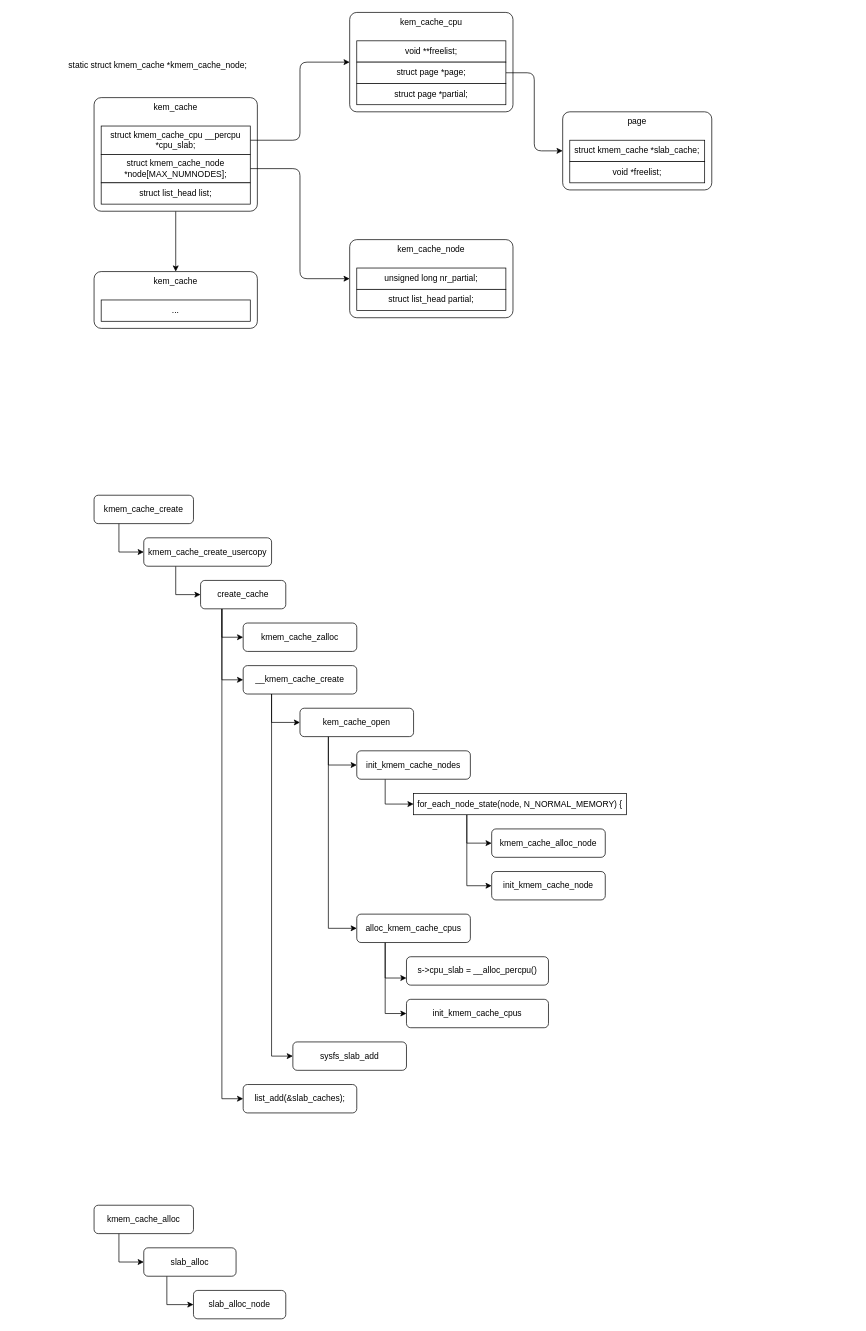
Aspiresky/draw.io keeps this draw.io diagram as page "slub" (2 of 3) of linux-memory-manage.drawio. Above is the earlier version. Source tidied: cells renumbered, new cells numbered last; positions are measured from the earlier drawing's top-left corner, leaving out a move shared by most shapes. Both pictures are drawn from the tidied source at 71%, with x=0, y=0 at pixel (58, 12).
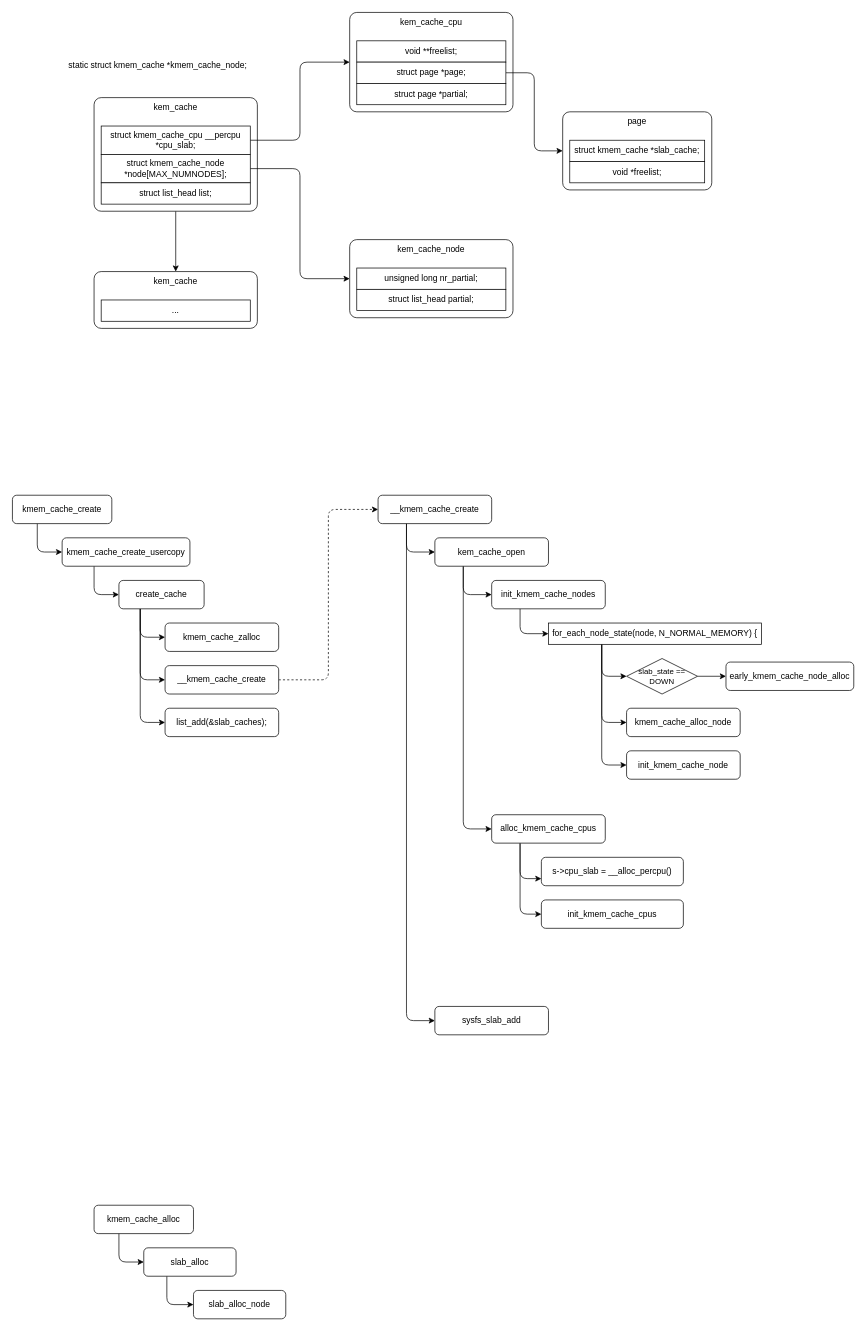
The same diagram, later.

Unchanged cells that the change refers to:
```xml
<mxCell id="53" value="kmem_cache_alloc" style="rounded=1;whiteSpace=wrap;html=1;" parent="1" vertex="1">
  <mxGeometry x="50" y="1680" width="140" height="40" as="geometry" />
</mxCell>
<mxCell id="55" value="slab_alloc" style="rounded=1;whiteSpace=wrap;html=1;" parent="1" vertex="1">
  <mxGeometry x="120" y="1740" width="130" height="40" as="geometry" />
</mxCell>
<mxCell id="56" value="slab_alloc_node" style="rounded=1;whiteSpace=wrap;html=1;" parent="1" vertex="1">
  <mxGeometry x="190" y="1800" width="130" height="40" as="geometry" />
</mxCell>
```

What changed in the source:
```diff
@@
-    <mxCell id="23" style="edgeStyle=orthogonalEdgeStyle;rounded=0;jettySize=auto;html=1;exitX=0.25;exitY=1;exitDx=0;exitDy=0;entryX=0;entryY=0.5;entryDx=0;entryDy=0;" parent="1" edge="1" source="24" target="26">
+    <mxCell id="23" style="edgeStyle=orthogonalEdgeStyle;rounded=1;jettySize=auto;html=1;exitX=0.25;exitY=1;exitDx=0;exitDy=0;entryX=0;entryY=0.5;entryDx=0;entryDy=0;curved=0;" parent="1" edge="1" source="24" target="26">
       <mxGeometry relative="1" as="geometry" />
     </mxCell>
     <mxCell id="24" value="kmem_cache_create" style="rounded=1;whiteSpace=wrap;html=1;" parent="1" vertex="1">
-      <mxGeometry x="50" y="680" width="140" height="40" as="geometry" />
+      <mxGeometry x="-65" y="680" width="140" height="40" as="geometry" />
     </mxCell>
-    <mxCell id="25" style="edgeStyle=orthogonalEdgeStyle;rounded=0;jettySize=auto;html=1;exitX=0.25;exitY=1;exitDx=0;exitDy=0;entryX=0;entryY=0.5;entryDx=0;entryDy=0;" parent="1" edge="1" source="26" target="30">
+    <mxCell id="25" style="edgeStyle=orthogonalEdgeStyle;rounded=1;jettySize=auto;html=1;exitX=0.25;exitY=1;exitDx=0;exitDy=0;entryX=0;entryY=0.5;entryDx=0;entryDy=0;" parent="1" edge="1" source="26" target="30">
       <mxGeometry relative="1" as="geometry" />
     </mxCell>
     <mxCell id="26" value="kmem_cache_create_usercopy" style="rounded=1;whiteSpace=wrap;html=1;" parent="1" vertex="1">
-      <mxGeometry x="120" y="740" width="180" height="40" as="geometry" />
+      <mxGeometry x="5" y="740" width="180" height="40" as="geometry" />
     </mxCell>
-    <mxCell id="27" style="edgeStyle=orthogonalEdgeStyle;rounded=0;jettySize=auto;html=1;exitX=0.25;exitY=1;exitDx=0;exitDy=0;entryX=0;entryY=0.5;entryDx=0;entryDy=0;" parent="1" edge="1" source="30" target="31">
+    <mxCell id="27" style="edgeStyle=orthogonalEdgeStyle;rounded=1;jettySize=auto;html=1;exitX=0.25;exitY=1;exitDx=0;exitDy=0;entryX=0;entryY=0.5;entryDx=0;entryDy=0;" parent="1" edge="1" source="30" target="31">
       <mxGeometry relative="1" as="geometry" />
     </mxCell>
-    <mxCell id="28" style="edgeStyle=orthogonalEdgeStyle;rounded=0;jettySize=auto;html=1;exitX=0.25;exitY=1;exitDx=0;exitDy=0;entryX=0;entryY=0.5;entryDx=0;entryDy=0;" parent="1" edge="1" source="30" target="34">
-      <mxGeometry relative="1" as="geometry" />
-    </mxCell>
-    <mxCell id="29" style="edgeStyle=orthogonalEdgeStyle;rounded=0;jettySize=auto;html=1;exitX=0.25;exitY=1;exitDx=0;exitDy=0;entryX=0;entryY=0.5;entryDx=0;entryDy=0;" parent="1" edge="1" source="30" target="35">
+    <mxCell id="29" style="edgeStyle=orthogonalEdgeStyle;rounded=1;jettySize=auto;html=1;exitX=0.25;exitY=1;exitDx=0;exitDy=0;entryX=0;entryY=0.5;entryDx=0;entryDy=0;" parent="1" edge="1" source="30" target="35">
       <mxGeometry relative="1" as="geometry" />
     </mxCell>
+    <mxCell id="57" style="edgeStyle=orthogonalEdgeStyle;shape=connector;rounded=1;jettySize=auto;html=1;exitX=0.25;exitY=1;exitDx=0;exitDy=0;entryX=0;entryY=0.5;entryDx=0;entryDy=0;labelBackgroundColor=default;strokeColor=default;align=center;verticalAlign=middle;fontFamily=Helvetica;fontSize=11;fontColor=default;endArrow=classic;" parent="1" edge="1" source="30" target="60">
+      <mxGeometry relative="1" as="geometry" />
+    </mxCell>
     <mxCell id="30" value="create_cache" style="rounded=1;whiteSpace=wrap;html=1;" parent="1" vertex="1">
-      <mxGeometry x="200" y="800" width="120" height="40" as="geometry" />
+      <mxGeometry x="85" y="800" width="120" height="40" as="geometry" />
     </mxCell>
     <mxCell id="31" value="kmem_cache_zalloc" style="rounded=1;whiteSpace=wrap;html=1;" parent="1" vertex="1">
-      <mxGeometry x="260" y="860" width="160" height="40" as="geometry" />
+      <mxGeometry x="150" y="860" width="160" height="40" as="geometry" />
     </mxCell>
-    <mxCell id="32" style="edgeStyle=orthogonalEdgeStyle;rounded=0;jettySize=auto;html=1;exitX=0.25;exitY=1;exitDx=0;exitDy=0;entryX=0;entryY=0.5;entryDx=0;entryDy=0;" parent="1" edge="1" source="34" target="38">
+    <mxCell id="32" style="edgeStyle=orthogonalEdgeStyle;rounded=1;jettySize=auto;html=1;exitX=0.25;exitY=1;exitDx=0;exitDy=0;entryX=0;entryY=0.5;entryDx=0;entryDy=0;" parent="1" edge="1" source="34" target="38">
       <mxGeometry relative="1" as="geometry" />
     </mxCell>
-    <mxCell id="33" style="edgeStyle=orthogonalEdgeStyle;rounded=0;jettySize=auto;html=1;exitX=0.25;exitY=1;exitDx=0;exitDy=0;entryX=0;entryY=0.5;entryDx=0;entryDy=0;" parent="1" edge="1" source="34" target="39">
+    <mxCell id="33" style="edgeStyle=orthogonalEdgeStyle;rounded=1;jettySize=auto;html=1;exitX=0.25;exitY=1;exitDx=0;exitDy=0;entryX=0;entryY=0.5;entryDx=0;entryDy=0;" parent="1" edge="1" source="34" target="39">
       <mxGeometry relative="1" as="geometry" />
     </mxCell>
     <mxCell id="34" value="__kmem_cache_create" style="rounded=1;whiteSpace=wrap;html=1;" parent="1" vertex="1">
-      <mxGeometry x="260" y="920" width="160" height="40" as="geometry" />
+      <mxGeometry x="450" y="680" width="160" height="40" as="geometry" />
     </mxCell>
     <mxCell id="35" value="list_add(&amp;amp;slab_caches);" style="rounded=1;whiteSpace=wrap;html=1;" parent="1" vertex="1">
-      <mxGeometry x="260" y="1510" width="160" height="40" as="geometry" />
+      <mxGeometry x="150" y="980" width="160" height="40" as="geometry" />
     </mxCell>
-    <mxCell id="36" style="edgeStyle=orthogonalEdgeStyle;rounded=0;jettySize=auto;html=1;exitX=0.25;exitY=1;exitDx=0;exitDy=0;entryX=0;entryY=0.5;entryDx=0;entryDy=0;" parent="1" edge="1" source="38" target="41">
+    <mxCell id="36" style="edgeStyle=orthogonalEdgeStyle;rounded=1;jettySize=auto;html=1;exitX=0.25;exitY=1;exitDx=0;exitDy=0;entryX=0;entryY=0.5;entryDx=0;entryDy=0;" parent="1" edge="1" source="38" target="41">
       <mxGeometry relative="1" as="geometry" />
     </mxCell>
-    <mxCell id="37" style="edgeStyle=orthogonalEdgeStyle;rounded=0;jettySize=auto;html=1;exitX=0.25;exitY=1;exitDx=0;exitDy=0;entryX=0;entryY=0.5;entryDx=0;entryDy=0;" parent="1" edge="1" source="38" target="44">
+    <mxCell id="37" style="edgeStyle=orthogonalEdgeStyle;rounded=1;jettySize=auto;html=1;exitX=0.25;exitY=1;exitDx=0;exitDy=0;entryX=0;entryY=0.5;entryDx=0;entryDy=0;" parent="1" edge="1" source="38" target="44">
       <mxGeometry relative="1" as="geometry" />
     </mxCell>
     <mxCell id="38" value="kem_cache_open" style="rounded=1;whiteSpace=wrap;html=1;" parent="1" vertex="1">
-      <mxGeometry x="340" y="980" width="160" height="40" as="geometry" />
+      <mxGeometry x="530" y="740" width="160" height="40" as="geometry" />
     </mxCell>
     <mxCell id="39" value="sysfs_slab_add" style="rounded=1;whiteSpace=wrap;html=1;" parent="1" vertex="1">
-      <mxGeometry x="330" y="1450" width="160" height="40" as="geometry" />
+      <mxGeometry x="530" y="1400" width="160" height="40" as="geometry" />
     </mxCell>
-    <mxCell id="40" style="edgeStyle=orthogonalEdgeStyle;rounded=0;jettySize=auto;html=1;exitX=0.25;exitY=1;exitDx=0;exitDy=0;entryX=0;entryY=0.5;entryDx=0;entryDy=0;" parent="1" edge="1" source="41" target="47">
+    <mxCell id="40" style="edgeStyle=orthogonalEdgeStyle;rounded=1;jettySize=auto;html=1;exitX=0.25;exitY=1;exitDx=0;exitDy=0;entryX=0;entryY=0.5;entryDx=0;entryDy=0;" parent="1" edge="1" source="41" target="47">
       <mxGeometry relative="1" as="geometry" />
     </mxCell>
     <mxCell id="41" value="init_kmem_cache_nodes" style="rounded=1;whiteSpace=wrap;html=1;" parent="1" vertex="1">
-      <mxGeometry x="420" y="1040" width="160" height="40" as="geometry" />
+      <mxGeometry x="610" y="800" width="160" height="40" as="geometry" />
     </mxCell>
-    <mxCell id="42" style="edgeStyle=orthogonalEdgeStyle;rounded=0;jettySize=auto;html=1;exitX=0.25;exitY=1;exitDx=0;exitDy=0;entryX=0;entryY=0.75;entryDx=0;entryDy=0;" parent="1" edge="1" source="44" target="50">
+    <mxCell id="42" style="edgeStyle=orthogonalEdgeStyle;rounded=1;jettySize=auto;html=1;exitX=0.25;exitY=1;exitDx=0;exitDy=0;entryX=0;entryY=0.75;entryDx=0;entryDy=0;" parent="1" edge="1" source="44" target="50">
       <mxGeometry relative="1" as="geometry" />
     </mxCell>
-    <mxCell id="43" style="edgeStyle=orthogonalEdgeStyle;rounded=0;jettySize=auto;html=1;exitX=0.25;exitY=1;exitDx=0;exitDy=0;entryX=0;entryY=0.5;entryDx=0;entryDy=0;" parent="1" edge="1" source="44" target="51">
+    <mxCell id="43" style="edgeStyle=orthogonalEdgeStyle;rounded=1;jettySize=auto;html=1;exitX=0.25;exitY=1;exitDx=0;exitDy=0;entryX=0;entryY=0.5;entryDx=0;entryDy=0;" parent="1" edge="1" source="44" target="51">
       <mxGeometry relative="1" as="geometry" />
     </mxCell>
     <mxCell id="44" value="alloc_kmem_cache_cpus" style="rounded=1;whiteSpace=wrap;html=1;" parent="1" vertex="1">
-      <mxGeometry x="420" y="1270" width="160" height="40" as="geometry" />
+      <mxGeometry x="610" y="1130" width="160" height="40" as="geometry" />
     </mxCell>
-    <mxCell id="45" style="edgeStyle=orthogonalEdgeStyle;rounded=0;jettySize=auto;html=1;exitX=0.25;exitY=1;exitDx=0;exitDy=0;entryX=0;entryY=0.5;entryDx=0;entryDy=0;" parent="1" edge="1" source="47" target="48">
+    <mxCell id="45" style="edgeStyle=orthogonalEdgeStyle;rounded=1;jettySize=auto;html=1;exitX=0.25;exitY=1;exitDx=0;exitDy=0;entryX=0;entryY=0.5;entryDx=0;entryDy=0;" parent="1" edge="1" source="47" target="48">
       <mxGeometry relative="1" as="geometry" />
     </mxCell>
-    <mxCell id="46" style="edgeStyle=orthogonalEdgeStyle;rounded=0;jettySize=auto;html=1;exitX=0.25;exitY=1;exitDx=0;exitDy=0;entryX=0;entryY=0.5;entryDx=0;entryDy=0;" parent="1" edge="1" source="47" target="49">
+    <mxCell id="46" style="edgeStyle=orthogonalEdgeStyle;rounded=1;jettySize=auto;html=1;exitX=0.25;exitY=1;exitDx=0;exitDy=0;entryX=0;entryY=0.5;entryDx=0;entryDy=0;" parent="1" edge="1" source="47" target="49">
       <mxGeometry relative="1" as="geometry" />
     </mxCell>
+    <mxCell id="58" style="edgeStyle=orthogonalEdgeStyle;shape=connector;rounded=1;jettySize=auto;html=1;exitX=0.25;exitY=1;exitDx=0;exitDy=0;entryX=0;entryY=0.5;entryDx=0;entryDy=0;labelBackgroundColor=default;strokeColor=default;align=center;verticalAlign=middle;fontFamily=Helvetica;fontSize=11;fontColor=default;endArrow=classic;" parent="1" edge="1" source="47" target="62">
+      <mxGeometry relative="1" as="geometry" />
+    </mxCell>
     <mxCell id="47" value="for_each_node_state(node, N_NORMAL_MEMORY) {" style="rounded=0;whiteSpace=wrap;html=1;" parent="1" vertex="1">
-      <mxGeometry x="500" y="1100" width="300" height="30" as="geometry" />
+      <mxGeometry x="690" y="860" width="300" height="30" as="geometry" />
     </mxCell>
     <mxCell id="48" value="kmem_cache_alloc_node" style="rounded=1;whiteSpace=wrap;html=1;" parent="1" vertex="1">
-      <mxGeometry x="610" y="1150" width="160" height="40" as="geometry" />
+      <mxGeometry x="800" y="980" width="160" height="40" as="geometry" />
     </mxCell>
     <mxCell id="49" value="init_kmem_cache_node" style="rounded=1;whiteSpace=wrap;html=1;" parent="1" vertex="1">
-      <mxGeometry x="610" y="1210" width="160" height="40" as="geometry" />
+      <mxGeometry x="800" y="1040" width="160" height="40" as="geometry" />
     </mxCell>
     <mxCell id="50" value="s-&amp;gt;cpu_slab = __alloc_percpu()" style="rounded=1;whiteSpace=wrap;html=1;" parent="1" vertex="1">
-      <mxGeometry x="490" y="1330" width="200" height="40" as="geometry" />
+      <mxGeometry x="680" y="1190" width="200" height="40" as="geometry" />
     </mxCell>
     <mxCell id="51" value="init_kmem_cache_cpus" style="rounded=1;whiteSpace=wrap;html=1;" parent="1" vertex="1">
-      <mxGeometry x="490" y="1390" width="200" height="40" as="geometry" />
+      <mxGeometry x="680" y="1250" width="200" height="40" as="geometry" />
     </mxCell>
-    <mxCell id="52" style="edgeStyle=orthogonalEdgeStyle;rounded=0;jettySize=auto;html=1;exitX=0.25;exitY=1;exitDx=0;exitDy=0;entryX=0;entryY=0.5;entryDx=0;entryDy=0;" parent="1" edge="1" source="53" target="55">
+    <mxCell id="52" style="edgeStyle=orthogonalEdgeStyle;rounded=1;jettySize=auto;html=1;exitX=0.25;exitY=1;exitDx=0;exitDy=0;entryX=0;entryY=0.5;entryDx=0;entryDy=0;" parent="1" edge="1" source="53" target="55">
       <mxGeometry relative="1" as="geometry" />
     </mxCell>
@@
-    <mxCell id="54" style="edgeStyle=orthogonalEdgeStyle;rounded=0;jettySize=auto;html=1;exitX=0.25;exitY=1;exitDx=0;exitDy=0;entryX=0;entryY=0.5;entryDx=0;entryDy=0;" parent="1" edge="1" source="55" target="56">
+    <mxCell id="54" style="edgeStyle=orthogonalEdgeStyle;rounded=1;jettySize=auto;html=1;exitX=0.25;exitY=1;exitDx=0;exitDy=0;entryX=0;entryY=0.5;entryDx=0;entryDy=0;" parent="1" edge="1" source="55" target="56">
       <mxGeometry relative="1" as="geometry" />
     </mxCell>
@@
+    <mxCell id="59" style="edgeStyle=orthogonalEdgeStyle;shape=connector;rounded=1;jettySize=auto;html=1;exitX=1;exitY=0.5;exitDx=0;exitDy=0;entryX=0;entryY=0.5;entryDx=0;entryDy=0;labelBackgroundColor=default;strokeColor=default;align=center;verticalAlign=middle;fontFamily=Helvetica;fontSize=11;fontColor=default;endArrow=classic;dashed=1;" parent="1" edge="1" source="60" target="34">
+      <mxGeometry relative="1" as="geometry" />
+    </mxCell>
+    <mxCell id="60" value="__kmem_cache_create" style="rounded=1;whiteSpace=wrap;html=1;" parent="1" vertex="1">
+      <mxGeometry x="150" y="920" width="160" height="40" as="geometry" />
+    </mxCell>
+    <mxCell id="61" style="edgeStyle=orthogonalEdgeStyle;shape=connector;rounded=1;jettySize=auto;html=1;exitX=1;exitY=0.5;exitDx=0;exitDy=0;entryX=0;entryY=0.5;entryDx=0;entryDy=0;labelBackgroundColor=default;strokeColor=default;align=center;verticalAlign=middle;fontFamily=Helvetica;fontSize=11;fontColor=default;endArrow=classic;" parent="1" edge="1" source="62" target="63">
+      <mxGeometry relative="1" as="geometry" />
+    </mxCell>
+    <mxCell id="62" value="slab_state == &lt;br&gt;DOWN" style="rhombus;whiteSpace=wrap;html=1;fontFamily=Helvetica;fontSize=11;fontColor=default;" parent="1" vertex="1">
+      <mxGeometry x="800" y="910" width="100" height="50" as="geometry" />
+    </mxCell>
+    <mxCell id="63" value="early_kmem_cache_node_alloc" style="rounded=1;whiteSpace=wrap;html=1;" parent="1" vertex="1">
+      <mxGeometry x="940" y="915" width="180" height="40" as="geometry" />
+    </mxCell>
```
